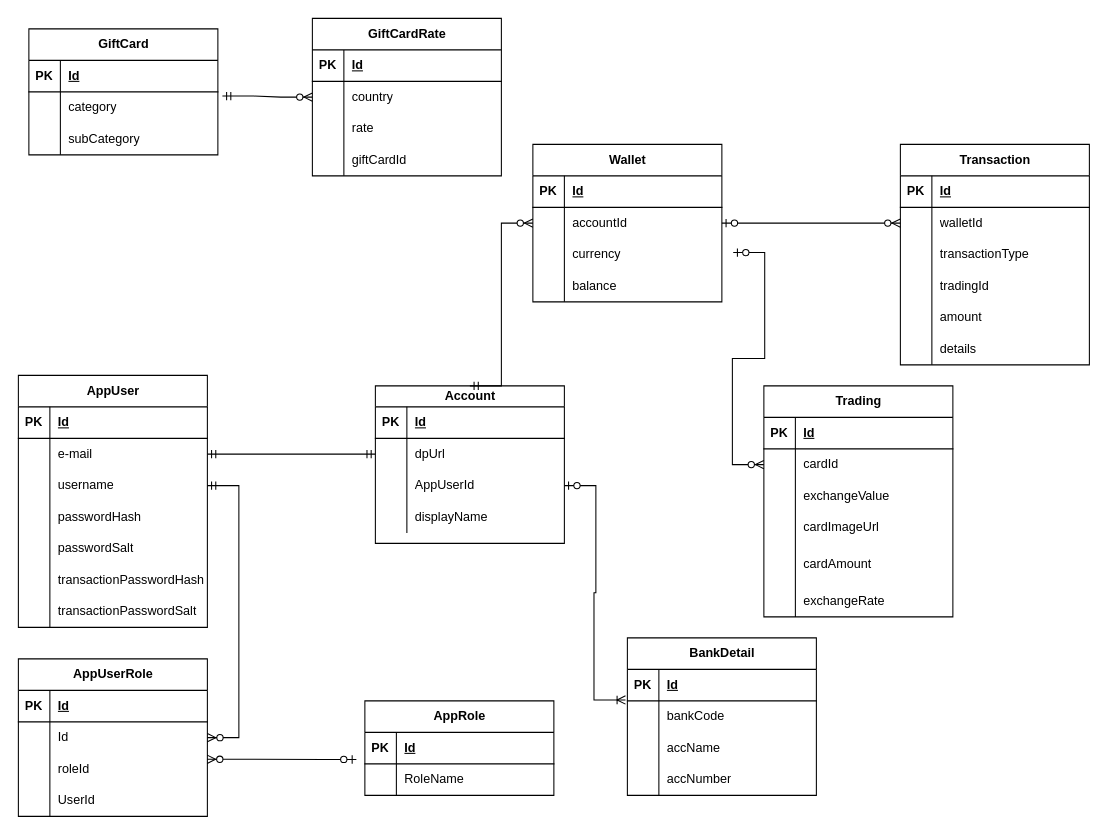
Before: Fluid Cash.drawio in Pay-Bigi/FluidCash, a draw.io diagram. Source tidied: cells renumbered, new cells numbered last; positions are measured from the earlier drawing's top-left corner, leaving out a move shared by most shapes. Both pictures are drawn from the tidied source at 105%, with x=0, y=0 at pixel (18, 18).
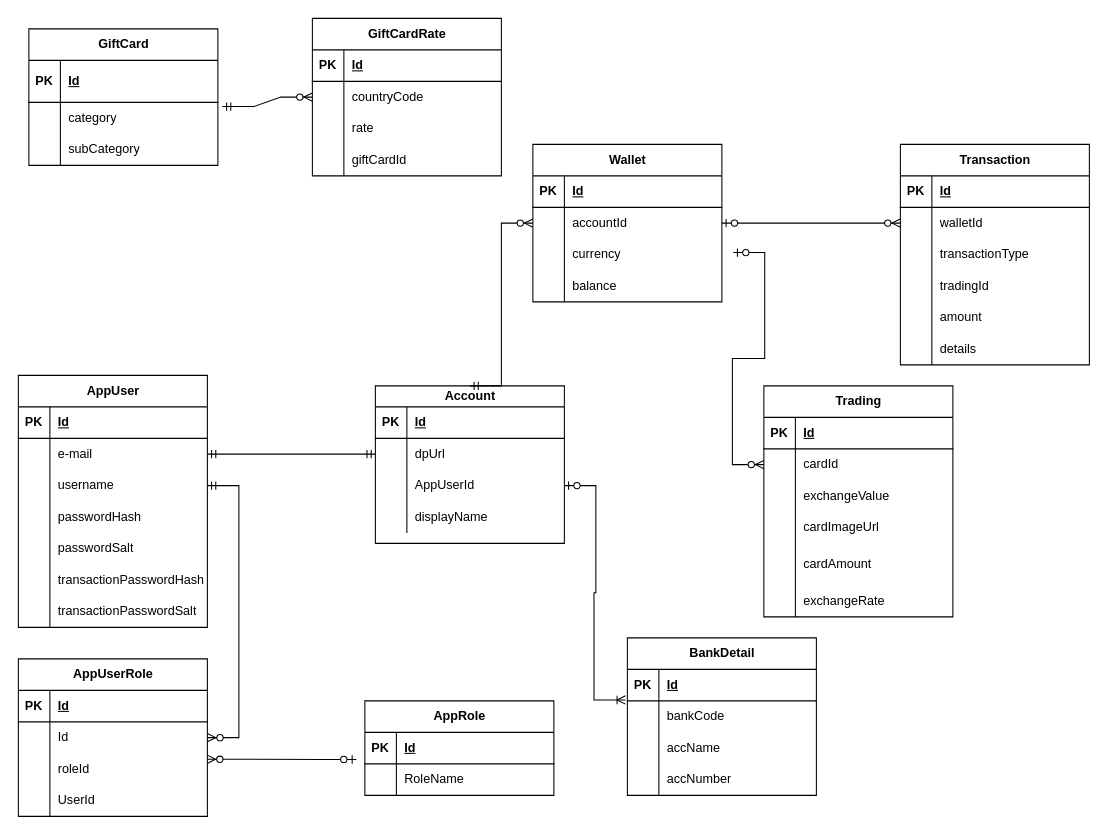
The same diagram, later.

Commit message:
Changed Country to Country code in GiftCardRate

The change refers to these unchanged cells:
```xml
<mxCell id="142" style="shape=tableRow;horizontal=0;startSize=0;swimlaneHead=0;swimlaneBody=0;fillColor=none;points=[[0,0.5],[1,0.5]];portConstraint=eastwest;top=0;left=0;right=0;bottom=0;" parent="138" vertex="1">
  <mxGeometry y="60" width="180" height="30" as="geometry" />
</mxCell>
```

What changed in the source:
```diff
@@
     <mxCell id="119" value="GiftCard" style="shape=table;startSize=30;childLayout=tableLayout;rowLines=0;fontStyle=1;align=center;html=1;" parent="1" vertex="1">
-      <mxGeometry x="10" y="10" width="180" height="120" as="geometry" />
+      <mxGeometry x="10" y="10" width="180" height="130" as="geometry" />
     </mxCell>
     <mxCell id="120" style="shape=tableRow;horizontal=0;startSize=0;swimlaneHead=0;swimlaneBody=0;fillColor=none;top=0;left=0;right=0;bottom=1;" parent="119" vertex="1">
-      <mxGeometry y="30" width="180" height="30" as="geometry" />
+      <mxGeometry y="30" width="180" height="40" as="geometry" />
     </mxCell>
     <mxCell id="121" value="PK" style="shape=partialRectangle;fillColor=none;top=0;left=0;bottom=0;right=0;fontStyle=1;overflow=hidden;whiteSpace=wrap;html=1;" parent="120" vertex="1">
-      <mxGeometry width="30" height="30" as="geometry" />
+      <mxGeometry width="30" height="40" as="geometry" />
     </mxCell>
     <mxCell id="122" value="Id" style="shape=partialRectangle;fillColor=none;top=0;left=0;bottom=0;right=0;align=left;spacingLeft=6;fontStyle=5;overflow=hidden;whiteSpace=wrap;html=1;" parent="120" vertex="1">
-      <mxGeometry x="30" width="150" height="30" as="geometry" />
+      <mxGeometry x="30" width="150" height="40" as="geometry" />
     </mxCell>
     <mxCell id="123" style="shape=tableRow;horizontal=0;startSize=0;swimlaneHead=0;swimlaneBody=0;fillColor=none;points=[[0,0.5],[1,0.5]];portConstraint=eastwest;top=0;left=0;right=0;bottom=0;" parent="119" vertex="1">
-      <mxGeometry y="60" width="180" height="30" as="geometry" />
+      <mxGeometry y="70" width="180" height="30" as="geometry" />
     </mxCell>
@@
     <mxCell id="126" style="shape=tableRow;horizontal=0;startSize=0;swimlaneHead=0;swimlaneBody=0;fillColor=none;top=0;left=0;right=0;bottom=0;" parent="119" vertex="1">
-      <mxGeometry y="90" width="180" height="30" as="geometry" />
+      <mxGeometry y="100" width="180" height="30" as="geometry" />
     </mxCell>
@@
-    <mxCell id="144" value="country" style="shape=partialRectangle;fillColor=none;top=0;left=0;bottom=0;right=0;align=left;spacingLeft=6;overflow=hidden;whiteSpace=wrap;html=1;" parent="142" vertex="1">
+    <mxCell id="144" value="countryCode" style="shape=partialRectangle;fillColor=none;top=0;left=0;bottom=0;right=0;align=left;spacingLeft=6;overflow=hidden;whiteSpace=wrap;html=1;" parent="142" vertex="1">
       <mxGeometry x="30" width="150" height="30" as="geometry" />
     </mxCell>
```
